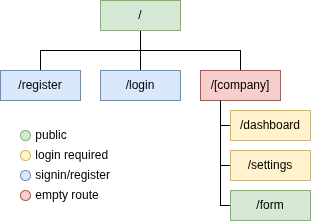
The draw.io diagram Assignment/images/sitemap.drawio.png in Svenum/CodeBrew, before a commit. Source tidied: cells renumbered, new cells last; positions are measured from the earlier drawing's top-left corner, leaving out a move shared by most shapes.
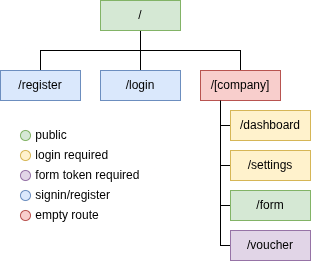
After the commit.

Commit message:
chore: add /voucher endpoint to sitemap

Diff of the diagram source:
```diff
@@ -62,16 +62,32 @@
       <mxGeometry x="30" y="140" width="90" height="30" as="geometry" />
     </mxCell>
     <mxCell id="19" style="ellipse;whiteSpace=wrap;html=1;shapeInside=1;fillColor=#dae8fc;strokeColor=#6c8ebf;" parent="1" vertex="1">
-      <mxGeometry x="20" y="170" width="10" height="10" as="geometry" />
+      <mxGeometry x="20" y="190" width="10" height="10" as="geometry" />
     </mxCell>
     <mxCell id="20" value="&amp;nbsp;signin/register&amp;nbsp;" style="text;html=1;whiteSpace=wrap;strokeColor=none;fillColor=none;align=left;verticalAlign=middle;rounded=0;" parent="1" vertex="1">
-      <mxGeometry x="30" y="160" width="90" height="30" as="geometry" />
+      <mxGeometry x="30" y="180" width="90" height="30" as="geometry" />
     </mxCell>
     <mxCell id="21" style="ellipse;whiteSpace=wrap;html=1;shapeInside=1;fillColor=#f8cecc;strokeColor=#b85450;" parent="1" vertex="1">
-      <mxGeometry x="20" y="190" width="10" height="10" as="geometry" />
+      <mxGeometry x="20" y="210" width="10" height="10" as="geometry" />
     </mxCell>
     <mxCell id="22" value="&amp;nbsp;empty route" style="text;html=1;whiteSpace=wrap;strokeColor=none;fillColor=none;align=left;verticalAlign=middle;rounded=0;" parent="1" vertex="1">
-      <mxGeometry x="30" y="180" width="90" height="30" as="geometry" />
+      <mxGeometry x="30" y="200" width="90" height="30" as="geometry" />
     </mxCell>
+    <mxCell id="23" style="edgeStyle=orthogonalEdgeStyle;shape=connector;rounded=0;jettySize=auto;html=1;exitX=0;exitY=0.5;exitDx=0;exitDy=0;entryX=0.25;entryY=1;entryDx=0;entryDy=0;strokeColor=default;align=center;verticalAlign=middle;fontFamily=Helvetica;fontSize=11;fontColor=default;labelBackgroundColor=default;defaultLabelBackgroundColor=gap;labelPadding=0 4;endArrow=none;endFill=0;" parent="1" edge="1" source="24" target="10">
+      <mxGeometry relative="1" as="geometry">
+        <Array as="points">
+          <mxPoint x="220" y="245" />
+        </Array>
+      </mxGeometry>
+    </mxCell>
+    <mxCell id="24" value="/voucher" style="rounded=0;whiteSpace=wrap;html=1;fillColor=#e1d5e7;strokeColor=#9673a6;" parent="1" vertex="1">
+      <mxGeometry x="230" y="230" width="80" height="30" as="geometry" />
+    </mxCell>
+    <mxCell id="25" style="ellipse;whiteSpace=wrap;html=1;shapeInside=1;fillColor=#e1d5e7;strokeColor=#9673a6;" parent="1" vertex="1">
+      <mxGeometry x="20" y="170" width="10" height="10" as="geometry" />
+    </mxCell>
+    <mxCell id="26" value="&amp;nbsp;form token required" style="text;html=1;whiteSpace=wrap;strokeColor=none;fillColor=none;align=left;verticalAlign=middle;rounded=0;" parent="1" vertex="1">
+      <mxGeometry x="30" y="160" width="120" height="30" as="geometry" />
+    </mxCell>
   </root>
 </mxGraphModel>
```
